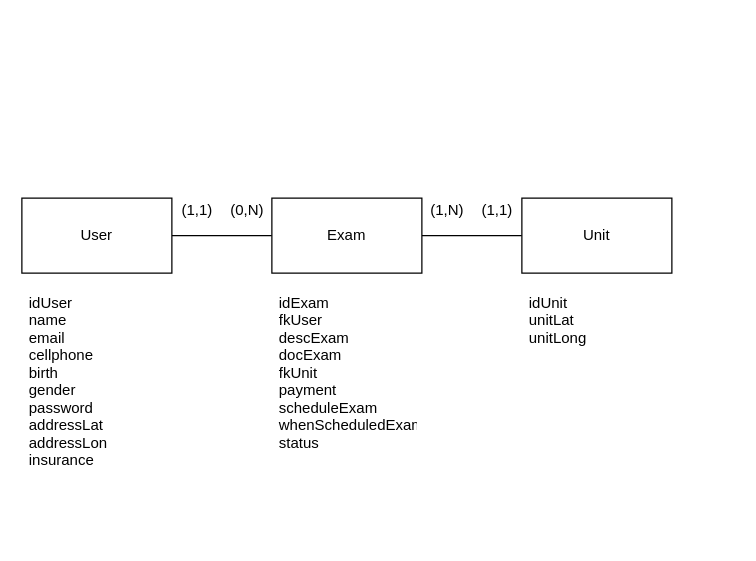
This is database/openclinic-db.drawio from felipe-dias-azevedo/open-clinic, a draw.io file, before an edit. Source tidied: cells renumbered, new cells numbered last; positions are measured from the earlier drawing's top-left corner, leaving out a move shared by most shapes. Both pictures are drawn from the tidied source at 125%, with x=0, y=0 at pixel (21, 198).
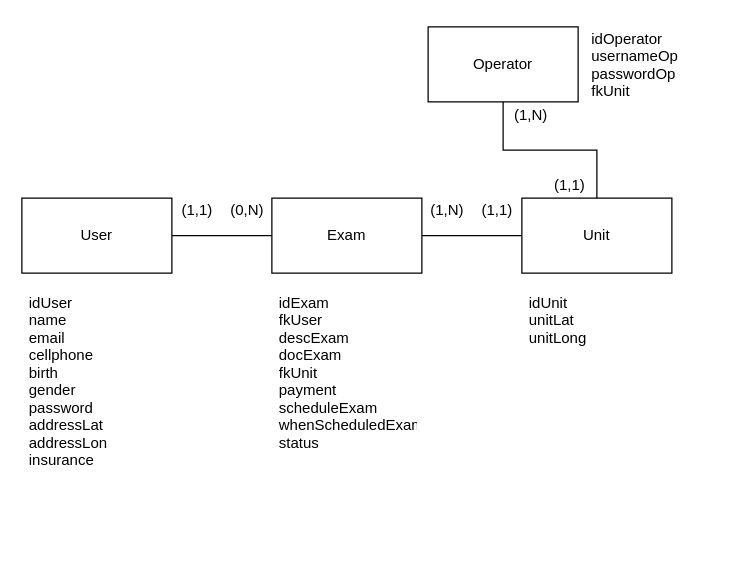
The same page after the edit.

Diff of the diagram source:
```diff
@@
 <mxGraphModel>
   <root>
     <mxCell id="0" />
     <mxCell id="1" parent="0" />
     <mxCell id="2" style="edgeStyle=orthogonalEdgeStyle;rounded=0;jettySize=auto;html=1;entryX=0;entryY=0.5;entryDx=0;entryDy=0;startArrow=none;startFill=0;endArrow=none;endFill=0;" parent="1" edge="1" source="3" target="5">
       <mxGeometry relative="1" as="geometry" />
     </mxCell>
     <mxCell id="3" value="User" style="rounded=0;whiteSpace=wrap;html=1;" parent="1" vertex="1">
       <mxGeometry width="120" height="60" as="geometry" />
     </mxCell>
     <mxCell id="4" style="edgeStyle=orthogonalEdgeStyle;rounded=0;jettySize=auto;html=1;entryX=0;entryY=0.5;entryDx=0;entryDy=0;startArrow=none;startFill=0;endArrow=none;endFill=0;" parent="1" edge="1" source="5" target="6">
       <mxGeometry relative="1" as="geometry" />
     </mxCell>
     <mxCell id="5" value="Exam" style="rounded=0;whiteSpace=wrap;html=1;" parent="1" vertex="1">
       <mxGeometry x="200" width="120" height="60" as="geometry" />
     </mxCell>
     <mxCell id="6" value="Unit" style="rounded=0;whiteSpace=wrap;html=1;" parent="1" vertex="1">
       <mxGeometry x="400" width="120" height="60" as="geometry" />
     </mxCell>
     <mxCell id="7" value="idUser&#10;name&#10;email&#10;cellphone&#10;birth&#10;gender&#10;password&#10;addressLat&#10;addressLon&#10;insurance" style="text;strokeColor=none;fillColor=none;align=left;verticalAlign=top;spacingLeft=4;spacingRight=4;overflow=hidden;" parent="1" vertex="1">
       <mxGeometry y="70" width="120" height="200" as="geometry" />
     </mxCell>
     <mxCell id="8" value="idExam&#10;fkUser&#10;descExam&#10;docExam&#10;fkUnit&#10;payment&#10;scheduleExam&#10;whenScheduledExam&#10;status" style="text;strokeColor=none;fillColor=none;align=left;verticalAlign=top;spacingLeft=4;spacingRight=4;overflow=hidden;" parent="1" vertex="1">
       <mxGeometry x="200" y="70" width="120" height="146" as="geometry" />
     </mxCell>
     <mxCell id="9" value="idUnit&#10;unitLat&#10;unitLong" style="text;strokeColor=none;fillColor=none;align=left;verticalAlign=top;spacingLeft=4;spacingRight=4;overflow=hidden;" parent="1" vertex="1">
       <mxGeometry x="400" y="70" width="120" height="90" as="geometry" />
     </mxCell>
     <mxCell id="10" value="(1,1)" style="text;html=1;align=center;verticalAlign=middle;" parent="1" vertex="1">
       <mxGeometry x="120" width="40" height="20" as="geometry" />
     </mxCell>
     <mxCell id="11" value="(0,N)" style="text;html=1;align=center;verticalAlign=middle;" parent="1" vertex="1">
       <mxGeometry x="160" width="40" height="20" as="geometry" />
     </mxCell>
     <mxCell id="12" value="(1,N)" style="text;html=1;align=center;verticalAlign=middle;" parent="1" vertex="1">
       <mxGeometry x="320" width="40" height="20" as="geometry" />
     </mxCell>
     <mxCell id="13" value="(1,1)" style="text;html=1;align=center;verticalAlign=middle;" parent="1" vertex="1">
       <mxGeometry x="360" width="40" height="20" as="geometry" />
     </mxCell>
+    <mxCell id="14" value="Operator" style="rounded=0;whiteSpace=wrap;html=1;" parent="1" vertex="1">
+      <mxGeometry x="325" y="-137" width="120" height="60" as="geometry" />
+    </mxCell>
+    <mxCell id="15" style="edgeStyle=orthogonalEdgeStyle;rounded=0;jettySize=auto;html=1;entryX=0.5;entryY=0;entryDx=0;entryDy=0;startArrow=none;startFill=0;endArrow=none;endFill=0;exitX=0.5;exitY=1;exitDx=0;exitDy=0;" parent="1" edge="1" source="14" target="6">
+      <mxGeometry relative="1" as="geometry" />
+    </mxCell>
+    <mxCell id="16" value="(1,1)" style="text;html=1;align=center;verticalAlign=middle;" parent="1" vertex="1">
+      <mxGeometry x="418" y="-20" width="40" height="20" as="geometry" />
+    </mxCell>
+    <mxCell id="17" value="(1,N)" style="text;html=1;align=center;verticalAlign=middle;" parent="1" vertex="1">
+      <mxGeometry x="388" y="-75" width="37" height="17" as="geometry" />
+    </mxCell>
+    <mxCell id="18" value="idOperator&#10;usernameOp&#10;passwordOp&#10;fkUnit" style="text;strokeColor=none;fillColor=none;align=left;verticalAlign=top;spacingLeft=4;spacingRight=4;overflow=hidden;" parent="1" vertex="1">
+      <mxGeometry x="450" y="-141" width="120" height="90" as="geometry" />
+    </mxCell>
   </root>
 </mxGraphModel>
```
